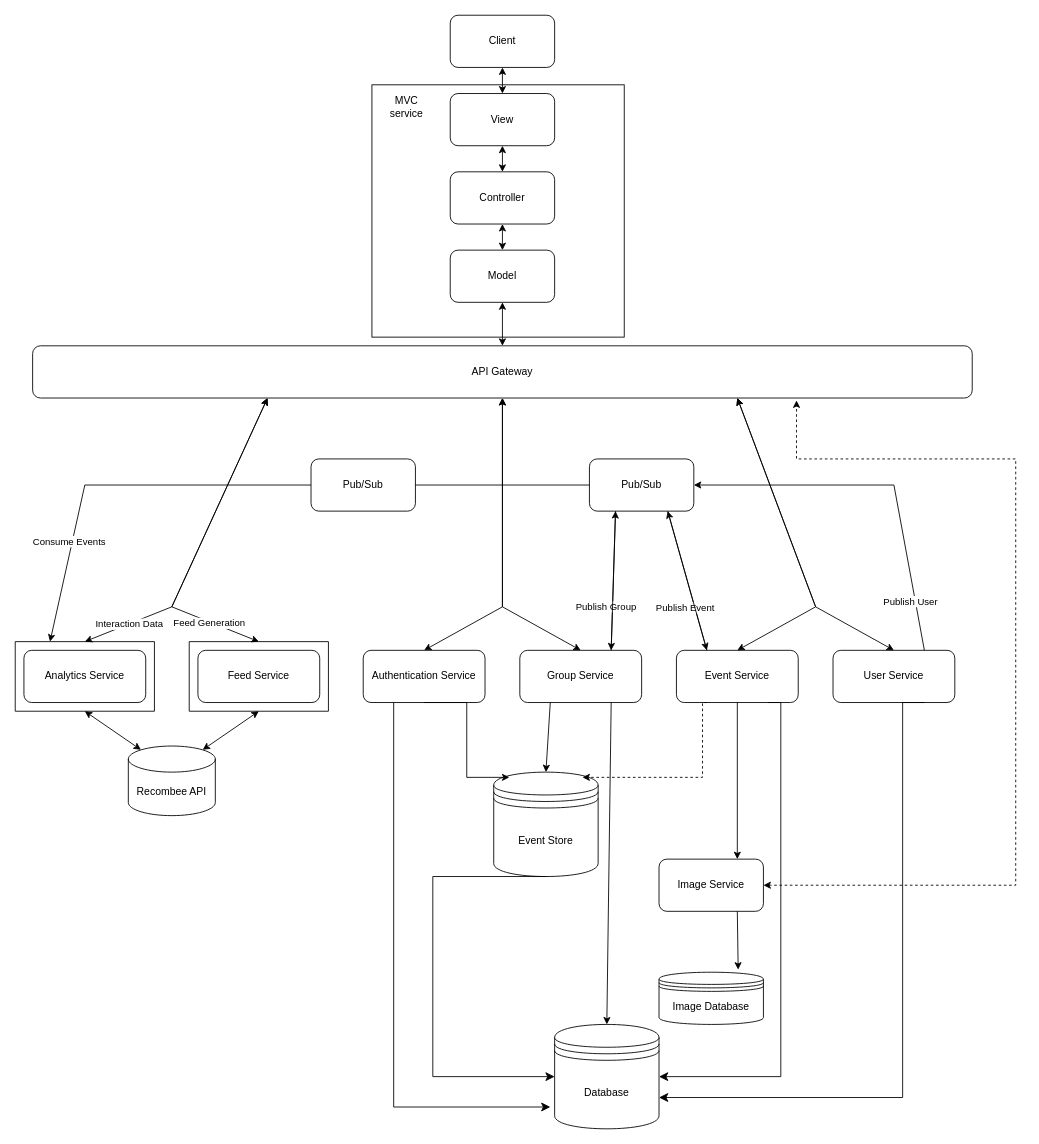
This is design_architecture.drawio from maged-elhabiby/YallaNow, a draw.io file, before an edit. Source tidied: cells renumbered, new cells numbered last; positions are measured from the earlier drawing's top-left corner, leaving out a move shared by most shapes. Both pictures are drawn from the tidied source at 87%, with x=0, y=0 at pixel (15, 15).
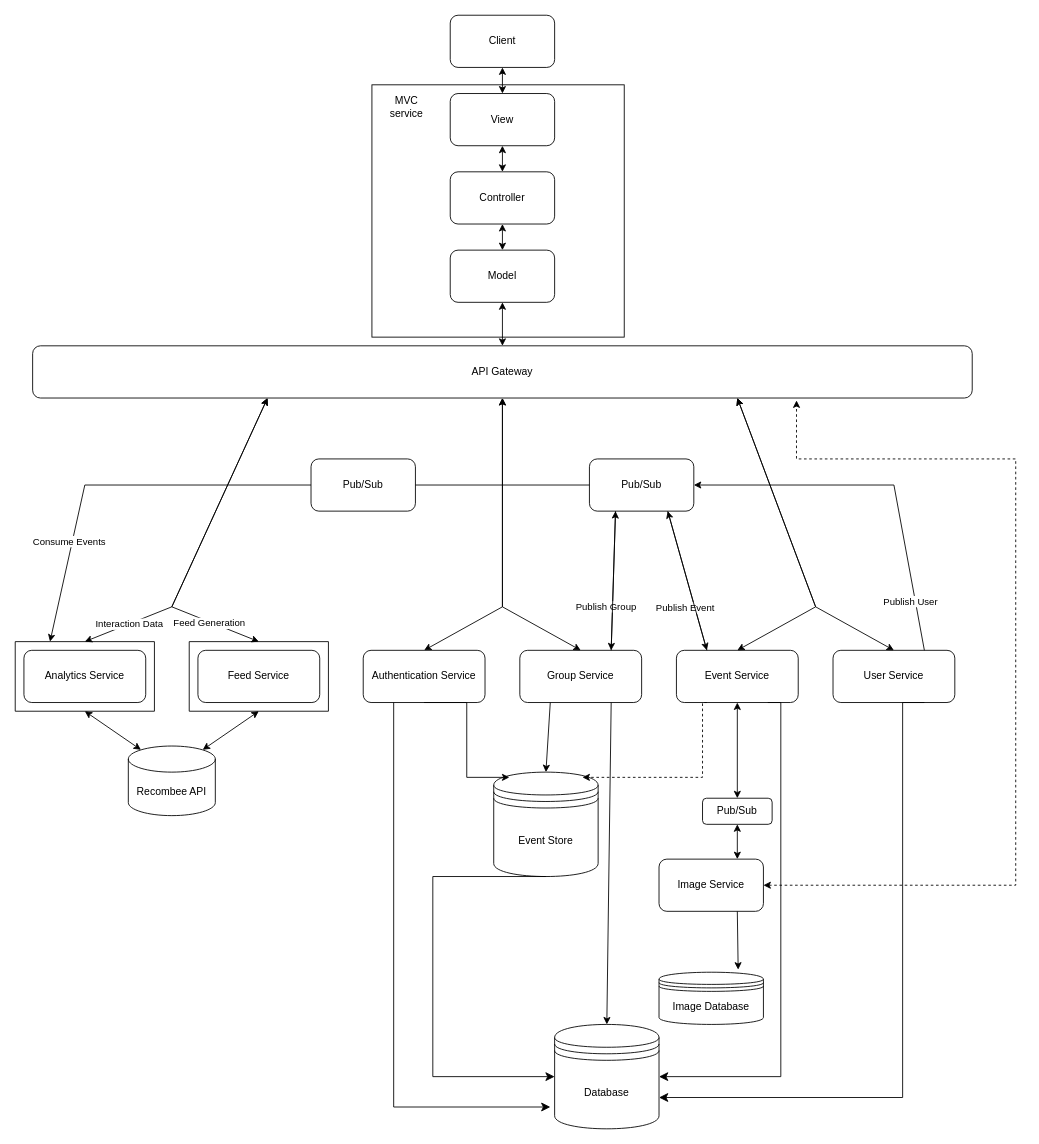
The same page after the edit.

The change refers to these unchanged cells:
```xml
<mxCell id="17" value="Event Service" style="rounded=1;whiteSpace=wrap;html=1;" parent="1" vertex="1">
  <mxGeometry x="760" y="730" width="140" height="60" as="geometry" />
</mxCell>
<mxCell id="57" value="Image Service" style="rounded=1;whiteSpace=wrap;html=1;" parent="1" vertex="1">
  <mxGeometry x="740" y="970" width="120" height="60" as="geometry" />
</mxCell>
```

What changed in the source:
```diff
@@
-    <mxCell id="58" style="endArrow=classic;html=1;rounded=0;exitX=0.5;exitY=1;exitDx=0;exitDy=0;entryX=0.75;entryY=0;entryDx=0;entryDy=0;" parent="1" edge="1" source="17" target="57">
-      <mxGeometry relative="1" as="geometry" />
-    </mxCell>
@@
+    <mxCell id="60" value="Pub/Sub" style="rounded=1;whiteSpace=wrap;html=1;" parent="1" vertex="1">
+      <mxGeometry x="790" y="900" width="80" height="30" as="geometry" />
+    </mxCell>
+    <mxCell id="61" style="endArrow=classic;startArrow=classic;html=1;rounded=0;exitX=0.5;exitY=0;exitDx=0;exitDy=0;entryX=0.5;entryY=1;entryDx=0;entryDy=0;" parent="1" edge="1" source="60" target="17">
+      <mxGeometry relative="1" as="geometry" />
+    </mxCell>
+    <mxCell id="62" style="endArrow=classic;startArrow=classic;html=1;rounded=0;exitX=0.5;exitY=1;exitDx=0;exitDy=0;entryX=0.75;entryY=0;entryDx=0;entryDy=0;" parent="1" edge="1" source="60" target="57">
+      <mxGeometry relative="1" as="geometry" />
+    </mxCell>
```
